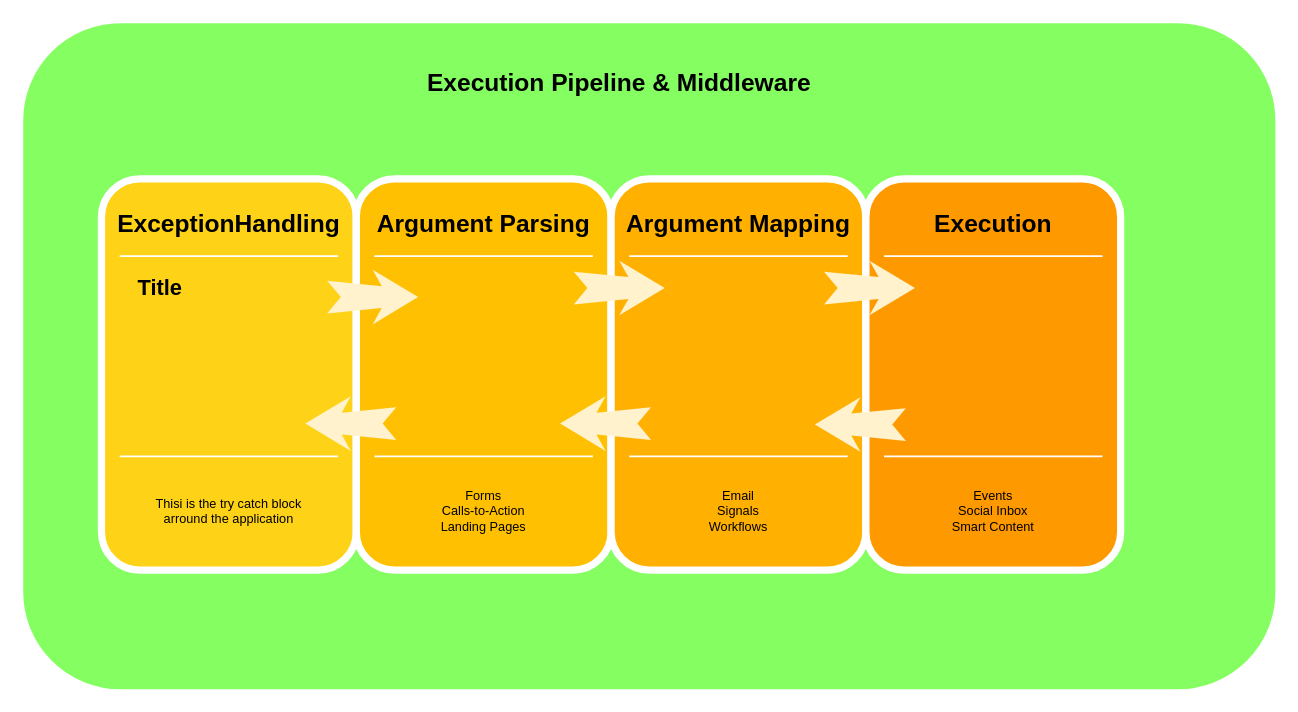
Earlier version of the draw.io diagram src/doc/Unbenanntes Diagramm.drawio (bramerdaniel/ConsoLovers). Source tidied: cells renumbered, new cells numbered last; positions are measured from the earlier drawing's top-left corner, leaving out a move shared by most shapes. Both pictures are drawn from the tidied source at 91%, with x=0, y=0 at pixel (19, 19).
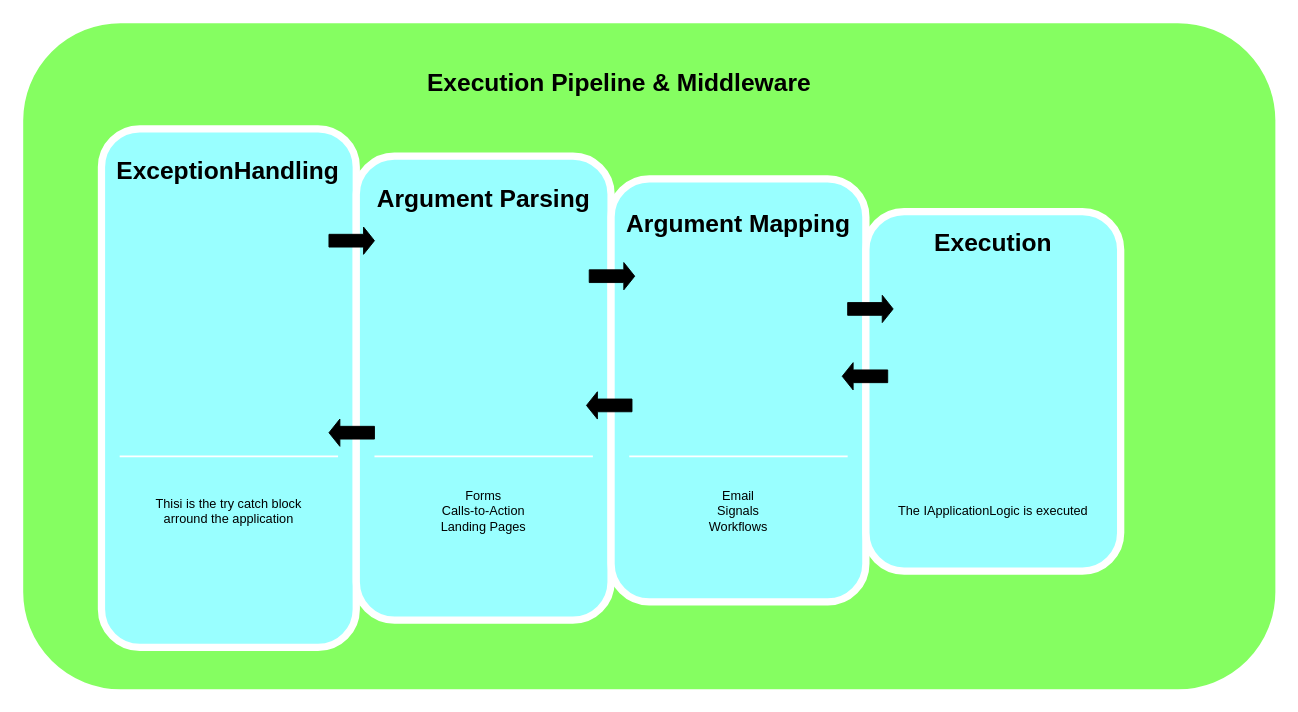
The same page after the edit.

Change to the diagram source:
```diff
@@
-    <mxCell id="3" style="whiteSpace=wrap;html=1;rounded=1;shadow=0;strokeWidth=8;fontSize=20;align=center;fillColor=#FED217;strokeColor=#FFFFFF;" parent="1" vertex="1">
-      <mxGeometry x="90" y="175" width="280" height="430" as="geometry" />
+    <mxCell id="3" style="whiteSpace=wrap;html=1;rounded=1;shadow=0;strokeWidth=8;fontSize=20;align=center;fillColor=#99FFFF;strokeColor=#FFFFFF;" parent="1" vertex="1">
+      <mxGeometry x="90" y="120" width="280" height="570" as="geometry" />
     </mxCell>
     <mxCell id="4" value="ExceptionHandling" style="text;html=1;strokeColor=none;fillColor=none;align=center;verticalAlign=middle;whiteSpace=wrap;rounded=0;shadow=0;fontSize=27;fontColor=#000000;fontStyle=1;" parent="1" vertex="1">
-      <mxGeometry x="90" y="195" width="280" height="60" as="geometry" />
+      <mxGeometry x="89" y="137" width="280" height="60" as="geometry" />
     </mxCell>
@@
-    <mxCell id="6" style="line;strokeWidth=2;html=1;rounded=0;shadow=0;fontSize=27;align=center;fillColor=none;strokeColor=#FFFFFF;" parent="1" vertex="1">
-      <mxGeometry x="110" y="255" width="240" height="10" as="geometry" />
-    </mxCell>
@@
-    <mxCell id="8" style="whiteSpace=wrap;html=1;rounded=1;shadow=0;strokeWidth=8;fontSize=20;align=center;fillColor=#FFC001;strokeColor=#FFFFFF;" parent="1" vertex="1">
-      <mxGeometry x="370" y="175" width="280" height="430" as="geometry" />
+    <mxCell id="8" style="whiteSpace=wrap;html=1;rounded=1;shadow=0;strokeWidth=8;fontSize=20;align=center;fillColor=#99FFFF;strokeColor=#FFFFFF;" parent="1" vertex="1">
+      <mxGeometry x="370" y="150" width="280" height="510" as="geometry" />
     </mxCell>
-    <mxCell id="9" style="html=1;shadow=0;dashed=0;align=center;verticalAlign=middle;shape=mxgraph.arrows2.stylisedArrow;dy=0.6;dx=40;notch=15;feather=0.4;rounded=0;strokeWidth=1;fontSize=27;strokeColor=none;fillColor=#fff2cc;rotation=-180;" parent="1" vertex="1">
-      <mxGeometry x="314" y="414" width="100" height="60" as="geometry" />
-    </mxCell>
     <mxCell id="10" value="Argument Parsing" style="text;html=1;strokeColor=none;fillColor=none;align=center;verticalAlign=middle;whiteSpace=wrap;rounded=0;shadow=0;fontSize=27;fontColor=#000000;fontStyle=1;" parent="1" vertex="1">
-      <mxGeometry x="370" y="195" width="280" height="60" as="geometry" />
+      <mxGeometry x="370" y="168" width="280" height="60" as="geometry" />
     </mxCell>
@@
-    <mxCell id="12" style="line;strokeWidth=2;html=1;rounded=0;shadow=0;fontSize=27;align=center;fillColor=none;strokeColor=#FFFFFF;" parent="1" vertex="1">
-      <mxGeometry x="390" y="255" width="240" height="10" as="geometry" />
-    </mxCell>
@@
-    <mxCell id="14" style="whiteSpace=wrap;html=1;rounded=1;shadow=0;strokeWidth=8;fontSize=20;align=center;fillColor=#FFB001;strokeColor=#FFFFFF;" parent="1" vertex="1">
-      <mxGeometry x="650" y="175" width="280" height="430" as="geometry" />
+    <mxCell id="14" style="whiteSpace=wrap;html=1;rounded=1;shadow=0;strokeWidth=8;fontSize=20;align=center;fillColor=#99FFFF;strokeColor=#FFFFFF;" parent="1" vertex="1">
+      <mxGeometry x="650" y="175" width="280" height="465" as="geometry" />
     </mxCell>
@@
-    <mxCell id="17" style="line;strokeWidth=2;html=1;rounded=0;shadow=0;fontSize=27;align=center;fillColor=none;strokeColor=#FFFFFF;" parent="1" vertex="1">
-      <mxGeometry x="670" y="255" width="240" height="10" as="geometry" />
-    </mxCell>
@@
-    <mxCell id="19" style="whiteSpace=wrap;html=1;rounded=1;shadow=0;strokeWidth=8;fontSize=20;align=center;fillColor=#FE9900;strokeColor=#FFFFFF;" parent="1" vertex="1">
-      <mxGeometry x="930" y="175" width="280" height="430" as="geometry" />
+    <mxCell id="19" style="whiteSpace=wrap;html=1;rounded=1;shadow=0;strokeWidth=8;fontSize=20;align=center;fillColor=#99FFFF;strokeColor=#FFFFFF;" parent="1" vertex="1">
+      <mxGeometry x="930" y="211" width="280" height="395" as="geometry" />
     </mxCell>
     <mxCell id="20" value="Execution" style="text;html=1;strokeColor=none;fillColor=none;align=center;verticalAlign=middle;whiteSpace=wrap;rounded=0;shadow=0;fontSize=27;fontColor=#000000;fontStyle=1;" parent="1" vertex="1">
-      <mxGeometry x="930" y="195" width="280" height="60" as="geometry" />
+      <mxGeometry x="930" y="216" width="280" height="60" as="geometry" />
     </mxCell>
-    <mxCell id="21" value="Events&lt;div&gt;Social Inbox&lt;/div&gt;&lt;div&gt;Smart Content&lt;/div&gt;" style="text;html=1;strokeColor=none;fillColor=none;align=center;verticalAlign=middle;whiteSpace=wrap;rounded=0;shadow=0;fontSize=14;fontColor=#000000;" parent="1" vertex="1">
+    <mxCell id="21" value="The IApplicationLogic is executed" style="text;html=1;strokeColor=none;fillColor=none;align=center;verticalAlign=middle;whiteSpace=wrap;rounded=0;shadow=0;fontSize=14;fontColor=#000000;" parent="1" vertex="1">
       <mxGeometry x="930" y="495" width="280" height="90" as="geometry" />
     </mxCell>
-    <mxCell id="22" style="line;strokeWidth=2;html=1;rounded=0;shadow=0;fontSize=27;align=center;fillColor=none;strokeColor=#FFFFFF;" parent="1" vertex="1">
-      <mxGeometry x="950" y="255" width="240" height="10" as="geometry" />
-    </mxCell>
-    <mxCell id="23" style="line;strokeWidth=2;html=1;rounded=0;shadow=0;fontSize=27;align=center;fillColor=none;strokeColor=#FFFFFF;" parent="1" vertex="1">
-      <mxGeometry x="950" y="475" width="240" height="10" as="geometry" />
-    </mxCell>
@@
-    <mxCell id="25" style="html=1;shadow=0;dashed=0;align=center;verticalAlign=middle;shape=mxgraph.arrows2.stylisedArrow;dy=0.6;dx=40;notch=15;feather=0.4;rounded=0;strokeWidth=1;fontSize=27;strokeColor=none;fillColor=#fff2cc;" parent="1" vertex="1">
-      <mxGeometry x="609" y="265" width="100" height="60" as="geometry" />
-    </mxCell>
-    <mxCell id="26" style="html=1;shadow=0;dashed=0;align=center;verticalAlign=middle;shape=mxgraph.arrows2.stylisedArrow;dy=0.6;dx=40;notch=15;feather=0.4;rounded=0;strokeWidth=1;fontSize=27;strokeColor=none;fillColor=#fff2cc;" parent="1" vertex="1">
-      <mxGeometry x="884" y="265" width="100" height="60" as="geometry" />
-    </mxCell>
-    <mxCell id="27" style="html=1;shadow=0;dashed=0;align=center;verticalAlign=middle;shape=mxgraph.arrows2.stylisedArrow;dy=0.6;dx=40;notch=15;feather=0.4;rounded=0;strokeWidth=1;fontSize=27;strokeColor=none;fillColor=#fff2cc;" parent="1" vertex="1">
-      <mxGeometry x="338" y="275" width="100" height="60" as="geometry" />
-    </mxCell>
-    <mxCell id="28" style="html=1;shadow=0;dashed=0;align=center;verticalAlign=middle;shape=mxgraph.arrows2.stylisedArrow;dy=0.6;dx=40;notch=15;feather=0.4;rounded=0;strokeWidth=1;fontSize=27;strokeColor=none;fillColor=#fff2cc;rotation=-180;" parent="1" vertex="1">
-      <mxGeometry x="874" y="415" width="100" height="60" as="geometry" />
-    </mxCell>
-    <mxCell id="29" style="html=1;shadow=0;dashed=0;align=center;verticalAlign=middle;shape=mxgraph.arrows2.stylisedArrow;dy=0.6;dx=40;notch=15;feather=0.4;rounded=0;strokeWidth=1;fontSize=27;strokeColor=none;fillColor=#fff2cc;rotation=-180;" parent="1" vertex="1">
-      <mxGeometry x="594" y="414" width="100" height="60" as="geometry" />
-    </mxCell>
-    <mxCell id="30" value="Title" style="text;strokeColor=none;fillColor=none;html=1;fontSize=24;fontStyle=1;verticalAlign=middle;align=center;" parent="1" vertex="1">
-      <mxGeometry x="104" y="275" width="100" height="40" as="geometry" />
-    </mxCell>
+    <mxCell id="31" style="shape=singleArrow;whiteSpace=wrap;html=1;rounded=0;shadow=0;fontFamily=Helvetica;fontSize=27;fontColor=#000000;fillColor=#000000;gradientColor=none;arrowWidth=0.4666666666666667;arrowSize=0.24;" parent="1" vertex="1">
+      <mxGeometry x="340" y="228" width="50" height="30" as="geometry" />
+    </mxCell>
+    <mxCell id="32" style="shape=singleArrow;whiteSpace=wrap;html=1;rounded=0;shadow=0;fontFamily=Helvetica;fontSize=27;fontColor=#000000;fillColor=#000000;gradientColor=none;arrowWidth=0.4666666666666667;arrowSize=0.24;" parent="1" vertex="1">
+      <mxGeometry x="626" y="267" width="50" height="30" as="geometry" />
+    </mxCell>
+    <mxCell id="33" style="shape=singleArrow;whiteSpace=wrap;html=1;rounded=0;shadow=0;fontFamily=Helvetica;fontSize=27;fontColor=#000000;fillColor=#000000;gradientColor=none;arrowWidth=0.4666666666666667;arrowSize=0.24;" parent="1" vertex="1">
+      <mxGeometry x="910" y="303" width="50" height="30" as="geometry" />
+    </mxCell>
+    <mxCell id="34" style="shape=singleArrow;whiteSpace=wrap;html=1;rounded=0;shadow=0;fontFamily=Helvetica;fontSize=27;fontColor=#000000;fillColor=#000000;gradientColor=none;arrowWidth=0.4666666666666667;arrowSize=0.24;rotation=-180;" parent="1" vertex="1">
+      <mxGeometry x="904" y="377" width="50" height="30" as="geometry" />
+    </mxCell>
+    <mxCell id="35" style="shape=singleArrow;whiteSpace=wrap;html=1;rounded=0;shadow=0;fontFamily=Helvetica;fontSize=27;fontColor=#000000;fillColor=#000000;gradientColor=none;arrowWidth=0.4666666666666667;arrowSize=0.24;rotation=-180;" parent="1" vertex="1">
+      <mxGeometry x="623" y="409" width="50" height="30" as="geometry" />
+    </mxCell>
+    <mxCell id="36" style="shape=singleArrow;whiteSpace=wrap;html=1;rounded=0;shadow=0;fontFamily=Helvetica;fontSize=27;fontColor=#000000;fillColor=#000000;gradientColor=none;arrowWidth=0.4666666666666667;arrowSize=0.24;rotation=-180;" parent="1" vertex="1">
+      <mxGeometry x="340" y="439" width="50" height="30" as="geometry" />
+    </mxCell>
```
